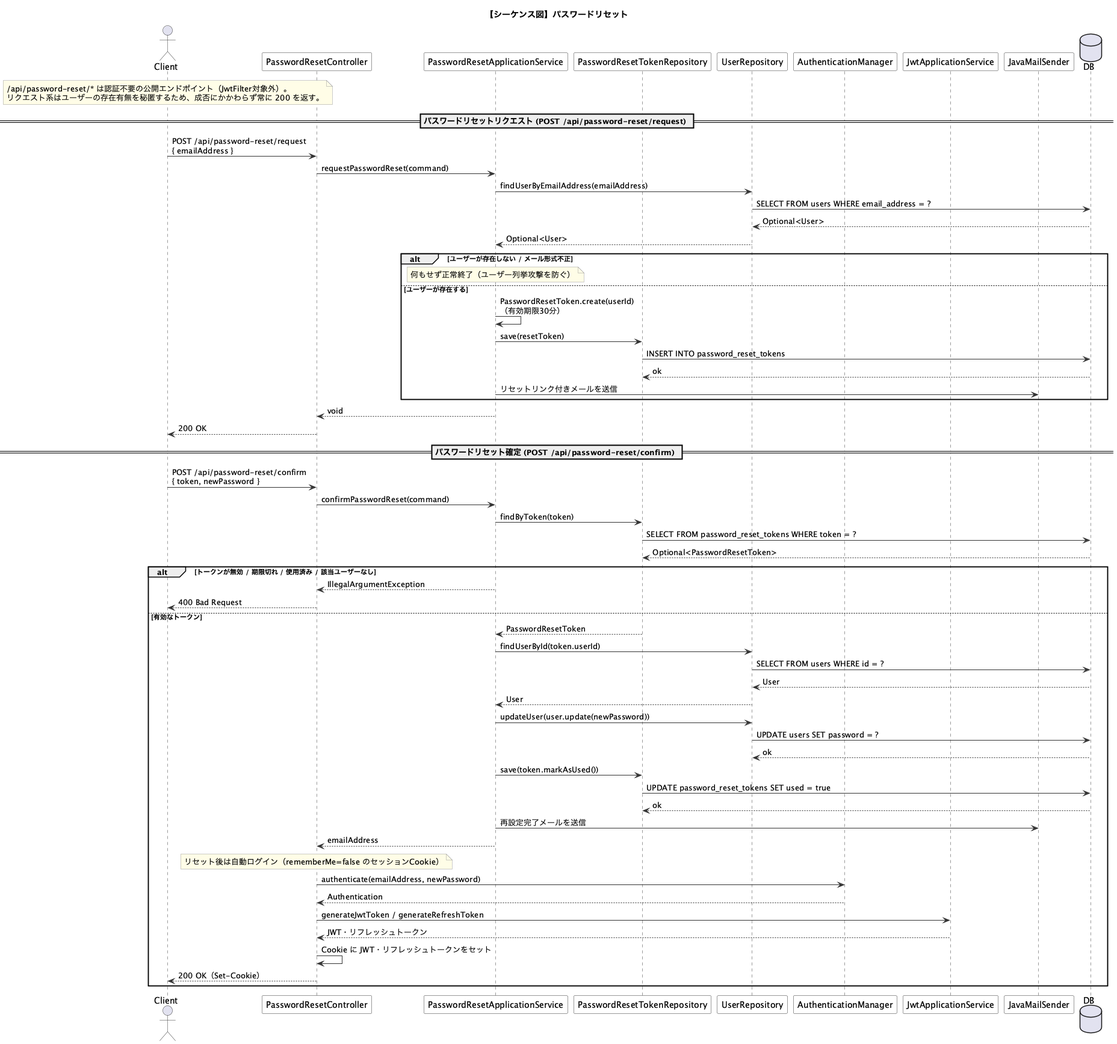
Above: docs/sequence-password-reset.png in stra24/elms-backend (PlantUML), before the change.
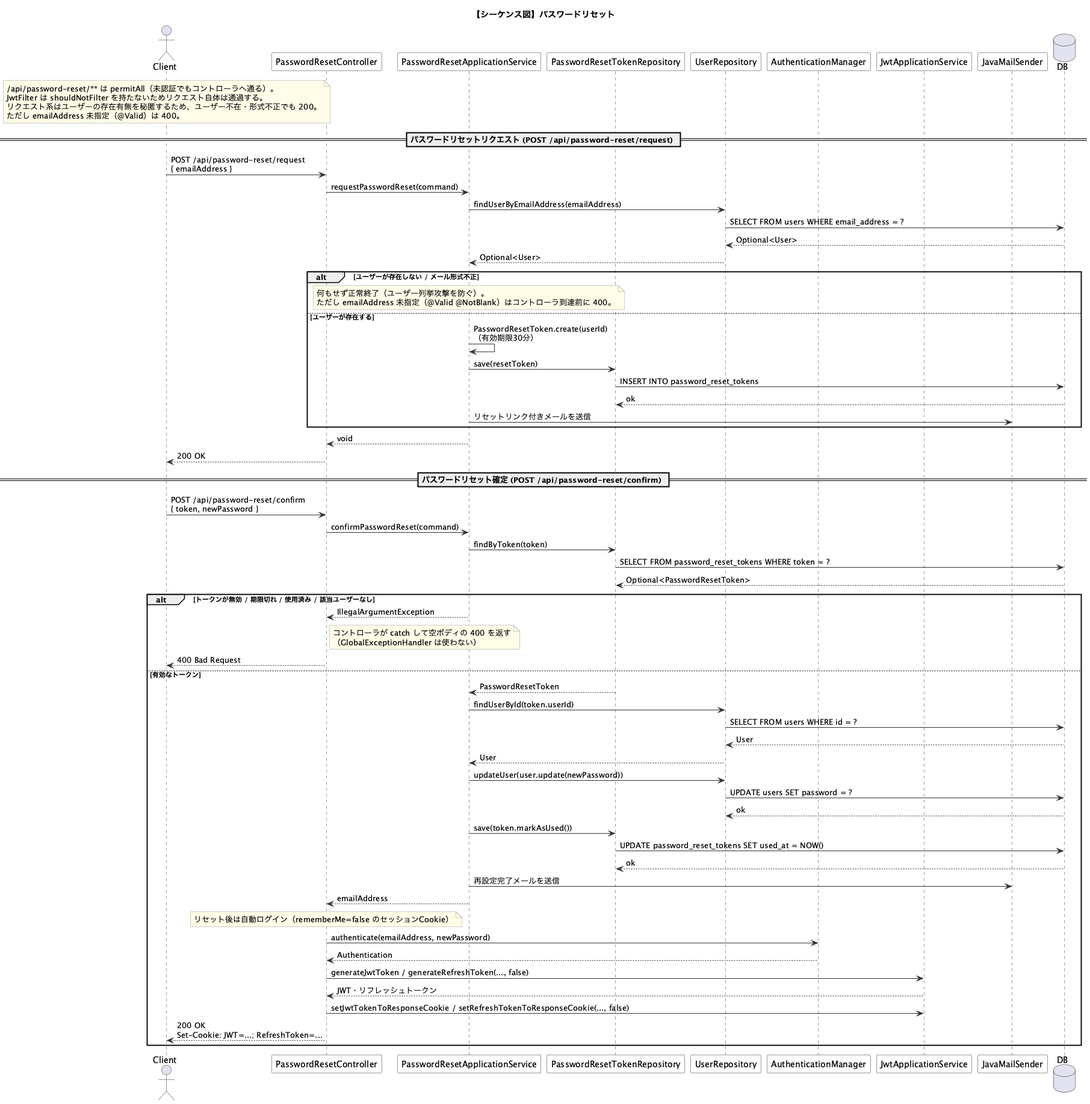
After the commit.

Change to the diagram source:
```diff
@@ -22,8 +22,10 @@
 database "DB" as DB
 
 note over Client
-  /api/password-reset/* は認証不要の公開エンドポイント（JwtFilter対象外）。
-  リクエスト系はユーザーの存在有無を秘匿するため、成否にかかわらず常に 200 を返す。
+  /api/password-reset/** は permitAll（未認証でもコントローラへ通る）。
+  JwtFilter は shouldNotFilter を持たないためリクエスト自体は通過する。
+  リクエスト系はユーザーの存在有無を秘匿するため、ユーザー不在・形式不正でも 200。
+  ただし emailAddress 未指定（@Valid）は 400。
 end note
 
 == パスワードリセットリクエスト (POST /api/password-reset/request) ==
@@ -39,7 +41,8 @@
 
 alt ユーザーが存在しない / メール形式不正
   note over AppService
-    何もせず正常終了（ユーザー列挙攻撃を防ぐ）
+    何もせず正常終了（ユーザー列挙攻撃を防ぐ）。
+    ただし emailAddress 未指定（@Valid @NotBlank）はコントローラ到達前に 400。
   end note
 else ユーザーが存在する
   AppService -> AppService : PasswordResetToken.create(userId)\n（有効期限30分）
@@ -64,6 +67,10 @@
 
 alt トークンが無効 / 期限切れ / 使用済み / 該当ユーザーなし
   AppService --> Controller : IllegalArgumentException
+  note right of Controller
+    コントローラが catch して空ボディの 400 を返す
+    （GlobalExceptionHandler は使わない）
+  end note
   Controller --> Client : 400 Bad Request
 else 有効なトークン
   TokenRepo --> AppService : PasswordResetToken
@@ -77,7 +84,7 @@
   UserRepo -> DB : UPDATE users SET password = ?
   DB --> UserRepo : ok
   AppService -> TokenRepo : save(token.markAsUsed())
-  TokenRepo -> DB : UPDATE password_reset_tokens SET used = true
+  TokenRepo -> DB : UPDATE password_reset_tokens SET used_at = NOW()
   DB --> TokenRepo : ok
   AppService -> Mail : 再設定完了メールを送信
 
@@ -88,10 +95,10 @@
   end note
   Controller -> AuthManager : authenticate(emailAddress, newPassword)
   AuthManager --> Controller : Authentication
-  Controller -> JwtService : generateJwtToken / generateRefreshToken
+  Controller -> JwtService : generateJwtToken / generateRefreshToken(..., false)
   JwtService --> Controller : JWT・リフレッシュトークン
-  Controller -> Controller : Cookie に JWT・リフレッシュトークンをセット
-  Controller --> Client : 200 OK（Set-Cookie）
+  Controller -> JwtService : setJwtTokenToResponseCookie / setRefreshTokenToResponseCookie(..., false)
+  Controller --> Client : 200 OK\nSet-Cookie: JWT=...; RefreshToken=...
 end
 
 @enduml
```
